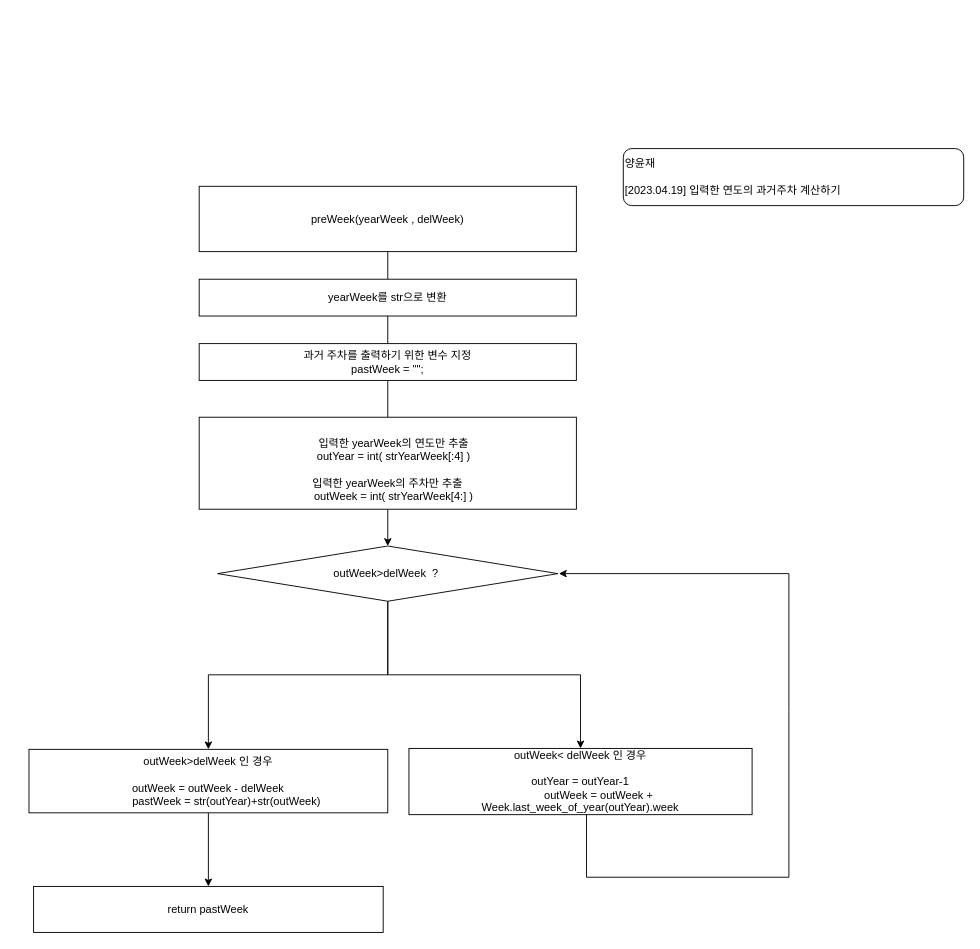
Earlier version of the draw.io diagram preWeek.drawio (Yang-Yunjae/python_script1). Source tidied: cells renumbered, new cells numbered last; positions are measured from the earlier drawing's top-left corner, leaving out a move shared by most shapes. Both pictures are drawn from the tidied source at 92%, with x=0, y=0 at pixel (29, 148).
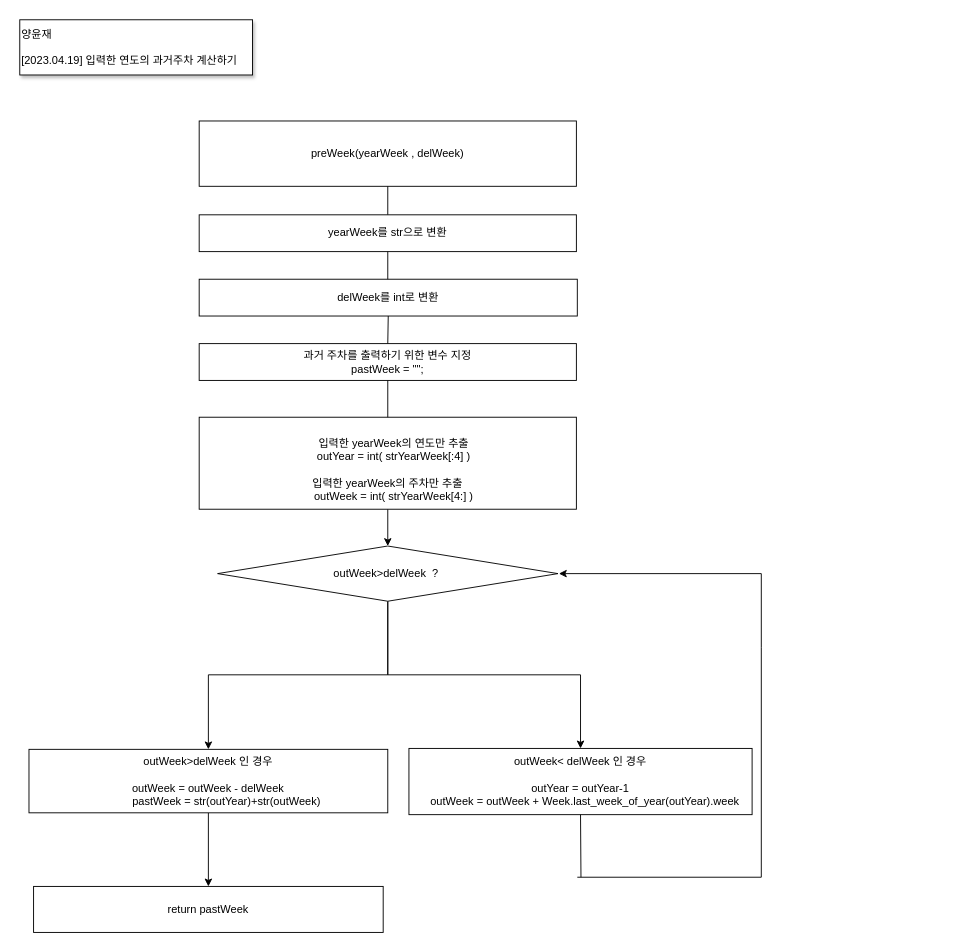
After the change.

The change refers to these unchanged cells:
```xml
<mxCell id="7" value="과거 주차를 출력하기 위한 변수 지정&lt;br&gt;pastWeek = &quot;&quot;;" style="rounded=0;whiteSpace=wrap;html=1;" parent="1" vertex="1">
  <mxGeometry x="185" y="212" width="410" height="40" as="geometry" />
</mxCell>
```

What changed in the source:
```diff
@@
     <mxCell id="2" value="preWeek(yearWeek , delWeek)&lt;br&gt;" style="rounded=0;whiteSpace=wrap;html=1;" parent="1" vertex="1">
-      <mxGeometry x="185" y="41" width="410" height="71" as="geometry" />
+      <mxGeometry x="185" y="-30" width="410" height="71" as="geometry" />
     </mxCell>
@@
     <mxCell id="4" value="yearWeek를 str으로 변환" style="rounded=0;whiteSpace=wrap;html=1;" parent="1" vertex="1">
-      <mxGeometry x="185" y="142" width="410" height="40" as="geometry" />
+      <mxGeometry x="185" y="72" width="410" height="40" as="geometry" />
     </mxCell>
@@
-    <mxCell id="9" style="endArrow=none;html=1;rounded=0;entryX=0.5;entryY=1;entryDx=0;entryDy=0;exitX=0.5;exitY=0;exitDx=0;exitDy=0;" parent="1" edge="1" source="7" target="4">
-      <mxGeometry relative="1" as="geometry" />
-    </mxCell>
@@
-    <mxCell id="13" value="outWeek&amp;lt; delWeek 인 경우&lt;br&gt;&amp;nbsp;&lt;br&gt;&lt;div&gt;outYear = outYear-1&lt;/div&gt;&lt;div&gt;&amp;nbsp; &amp;nbsp; &amp;nbsp; &amp;nbsp; &amp;nbsp; &amp;nbsp; outWeek = outWeek + Week.last_week_of_year(outYear).week&lt;/div&gt;" style="whiteSpace=wrap;html=1;rounded=0;" parent="1" vertex="1">
+    <mxCell id="13" value="outWeek&amp;lt; delWeek 인 경우&lt;br&gt;&amp;nbsp;&lt;br&gt;&lt;div&gt;outYear = outYear-1&lt;/div&gt;&lt;div&gt;&amp;nbsp; &amp;nbsp;outWeek = outWeek + Week.last_week_of_year(outYear).week&lt;/div&gt;" style="whiteSpace=wrap;html=1;rounded=0;" parent="1" vertex="1">
       <mxGeometry x="413" y="652" width="373" height="72" as="geometry" />
     </mxCell>
@@
     <mxCell id="17" style="edgeStyle=orthogonalEdgeStyle;rounded=0;orthogonalLoop=1;jettySize=auto;html=1;" parent="1" edge="1">
       <mxGeometry relative="1" as="geometry">
-        <mxPoint x="826" y="462" as="sourcePoint" />
+        <mxPoint x="796" y="462" as="sourcePoint" />
         <mxPoint x="576" y="462" as="targetPoint" />
       </mxGeometry>
     </mxCell>
     <mxCell id="18" style="endArrow=none;html=1;rounded=0;" parent="1" edge="1">
       <mxGeometry relative="1" as="geometry">
-        <mxPoint x="826" y="792" as="sourcePoint" />
-        <mxPoint x="826" y="462" as="targetPoint" />
+        <mxPoint x="796" y="792" as="sourcePoint" />
+        <mxPoint x="796" y="462" as="targetPoint" />
         <Array as="points">
-          <mxPoint x="826" y="612" />
+          <mxPoint x="796" y="542" />
         </Array>
       </mxGeometry>
     </mxCell>
-    <mxCell id="19" style="endArrow=none;html=1;rounded=0;" parent="1" edge="1">
-      <mxGeometry relative="1" as="geometry">
-        <mxPoint x="606" y="792" as="sourcePoint" />
-        <mxPoint x="606" y="724" as="targetPoint" />
-      </mxGeometry>
-    </mxCell>
     <mxCell id="20" style="endArrow=none;html=1;rounded=0;" parent="1" edge="1">
       <mxGeometry relative="1" as="geometry">
-        <mxPoint x="606" y="792" as="sourcePoint" />
-        <mxPoint x="826" y="792" as="targetPoint" />
+        <mxPoint x="596" y="792" as="sourcePoint" />
+        <mxPoint x="796" y="792" as="targetPoint" />
       </mxGeometry>
     </mxCell>
-    <mxCell id="21" value="양윤재&lt;br&gt;&lt;br&gt;[2023.04.19] 입력한 연도의 과거주차 계산하기" style="rounded=1;whiteSpace=wrap;html=1;align=left;" parent="1" vertex="1">
-      <mxGeometry x="646" width="370" height="62" as="geometry" />
+    <mxCell id="21" value="양윤재&lt;br&gt;&lt;br&gt;[2023.04.19] 입력한 연도의 과거주차 계산하기" style="rounded=0;whiteSpace=wrap;html=1;align=left;glass=0;shadow=1;" parent="1" vertex="1">
+      <mxGeometry x="-10" y="-140" width="253" height="60" as="geometry" />
     </mxCell>
+    <mxCell id="22" value="delWeek를 int로 변환" style="rounded=0;whiteSpace=wrap;html=1;" parent="1" vertex="1">
+      <mxGeometry x="185" y="142" width="411" height="40" as="geometry" />
+    </mxCell>
+    <mxCell id="23" style="endArrow=none;html=1;rounded=0;entryX=0.5;entryY=1;entryDx=0;entryDy=0;" parent="1" edge="1" target="4">
+      <mxGeometry relative="1" as="geometry">
+        <mxPoint x="390" y="142" as="sourcePoint" />
+      </mxGeometry>
+    </mxCell>
+    <mxCell id="24" style="endArrow=none;html=1;rounded=0;entryX=0.5;entryY=1;entryDx=0;entryDy=0;exitX=0.5;exitY=0;exitDx=0;exitDy=0;" parent="1" edge="1" source="7" target="22">
+      <mxGeometry relative="1" as="geometry" />
+    </mxCell>
+    <mxCell id="25" style="endArrow=none;html=1;rounded=0;entryX=0.5;entryY=1;entryDx=0;entryDy=0;" parent="1" edge="1" target="13">
+      <mxGeometry relative="1" as="geometry">
+        <mxPoint x="600" y="792" as="sourcePoint" />
+      </mxGeometry>
+    </mxCell>
```
